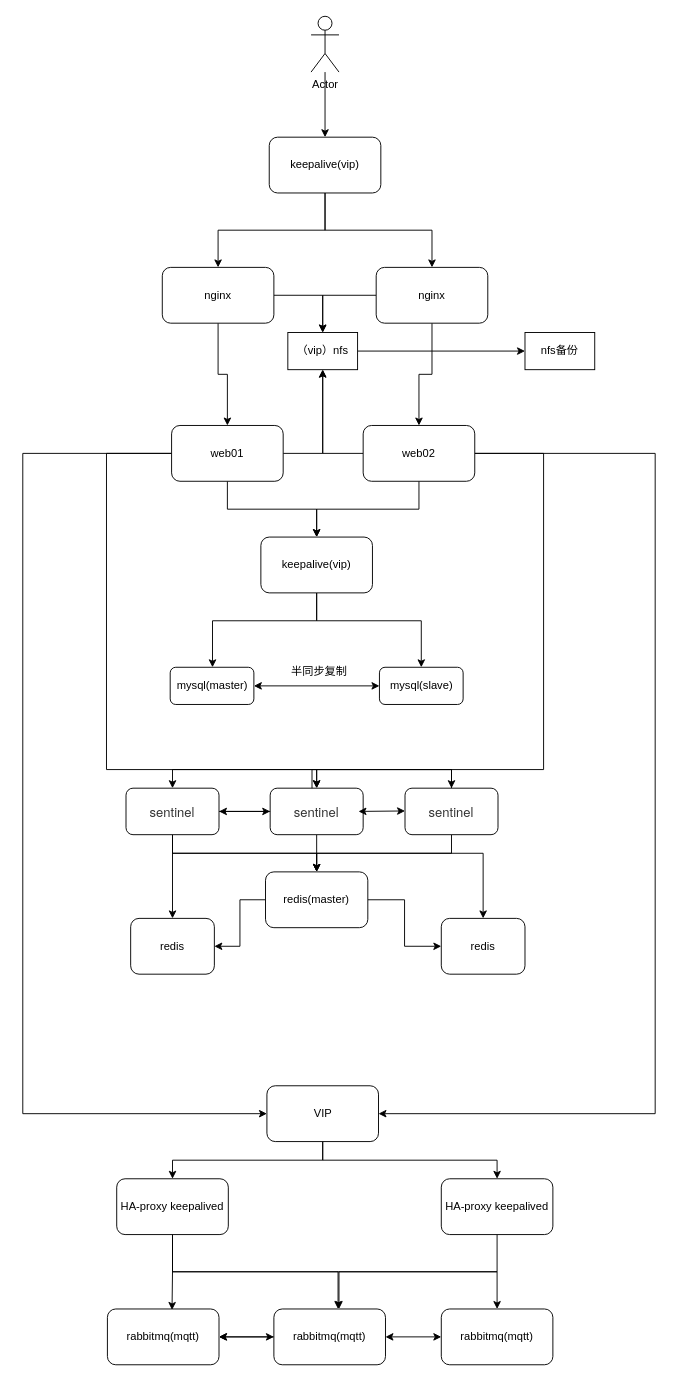
The draw.io diagram homology架构图.drawio in atlassianss/homology, before the edit. Source tidied: cells renumbered, new cells numbered last; positions are measured from the earlier drawing's top-left corner, leaving out a move shared by most shapes. Both pictures are drawn from the tidied source at 93%, with x=0, y=0 at pixel (22, 16).
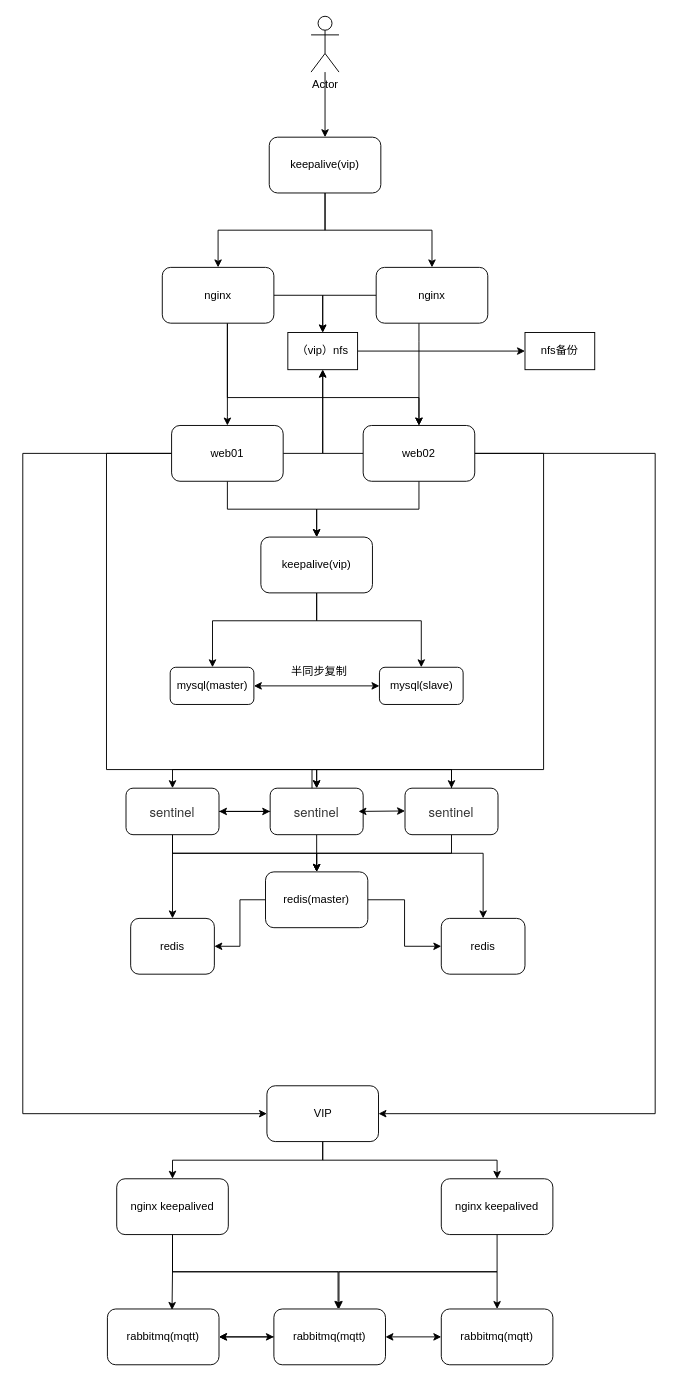
Above is the later version.

Commit message (it also covers changes not shown here):
更新homology架构图.drawio

The change refers to these unchanged cells:
```xml
<mxCell id="6" value="web01" style="rounded=1;whiteSpace=wrap;html=1;" parent="1" vertex="1">
  <mxGeometry x="160" y="440" width="120" height="60" as="geometry" />
</mxCell>
<mxCell id="11" value="web02" style="rounded=1;whiteSpace=wrap;html=1;" parent="1" vertex="1">
  <mxGeometry x="366" y="440" width="120" height="60" as="geometry" />
</mxCell>
<mxCell id="22" value="nginx" style="rounded=1;whiteSpace=wrap;html=1;" parent="1" vertex="1">
  <mxGeometry x="150" y="270" width="120" height="60" as="geometry" />
</mxCell>
<mxCell id="25" value="nginx" style="rounded=1;whiteSpace=wrap;html=1;" parent="1" vertex="1">
  <mxGeometry x="380" y="270" width="120" height="60" as="geometry" />
</mxCell>
```

Change to the diagram source:
```diff
@@
     <mxCell id="20" style="edgeStyle=orthogonalEdgeStyle;rounded=0;jettySize=auto;html=1;entryX=0.5;entryY=0;entryDx=0;entryDy=0;" parent="1" edge="1" source="22" target="6">
-      <mxGeometry relative="1" as="geometry" />
+      <mxGeometry relative="1" as="geometry">
+        <Array as="points">
+          <mxPoint x="220" y="430" />
+          <mxPoint x="220" y="430" />
+        </Array>
+      </mxGeometry>
     </mxCell>
@@
+    <mxCell id="66" style="edgeStyle=orthogonalEdgeStyle;rounded=0;jettySize=auto;html=1;entryX=0.5;entryY=0;entryDx=0;entryDy=0;" parent="1" edge="1" source="22" target="11">
+      <mxGeometry relative="1" as="geometry">
+        <Array as="points">
+          <mxPoint x="220" y="410" />
+          <mxPoint x="426" y="410" />
+        </Array>
+      </mxGeometry>
+    </mxCell>
@@
     <mxCell id="23" style="edgeStyle=orthogonalEdgeStyle;rounded=0;jettySize=auto;html=1;entryX=0.5;entryY=0;entryDx=0;entryDy=0;" parent="1" edge="1" source="25" target="11">
-      <mxGeometry relative="1" as="geometry" />
+      <mxGeometry relative="1" as="geometry">
+        <Array as="points">
+          <mxPoint x="426" y="350" />
+          <mxPoint x="426" y="350" />
+        </Array>
+      </mxGeometry>
     </mxCell>
@@
-    <mxCell id="61" value="HA-proxy keepalived" style="rounded=1;whiteSpace=wrap;html=1;" parent="1" vertex="1">
+    <mxCell id="61" value="nginx keepalived" style="rounded=1;whiteSpace=wrap;html=1;" parent="1" vertex="1">
       <mxGeometry x="101" y="1250" width="120" height="60" as="geometry" />
     </mxCell>
@@
-    <mxCell id="65" value="HA-proxy keepalived" style="rounded=1;whiteSpace=wrap;html=1;" parent="1" vertex="1">
+    <mxCell id="65" value="nginx keepalived" style="rounded=1;whiteSpace=wrap;html=1;" parent="1" vertex="1">
       <mxGeometry x="450" y="1250" width="120" height="60" as="geometry" />
     </mxCell>
```
